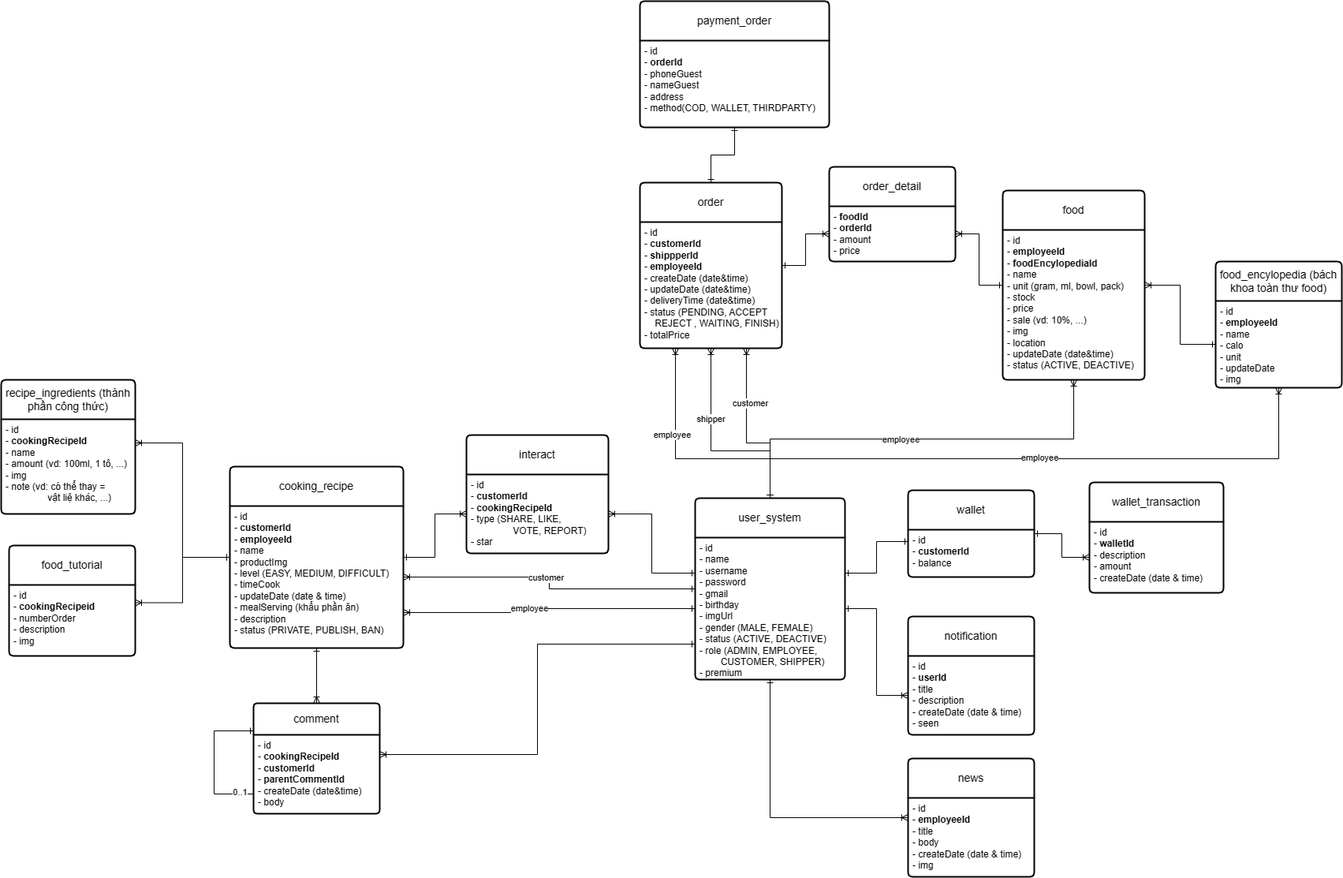
Above: Documents/energy_handbook-database.drawio.png in BlueEyesssss/energy-handbook (draw.io), before the change. Source tidied: cells renumbered, new cells last; positions are measured from the earlier drawing's top-left corner, leaving out a move shared by most shapes.
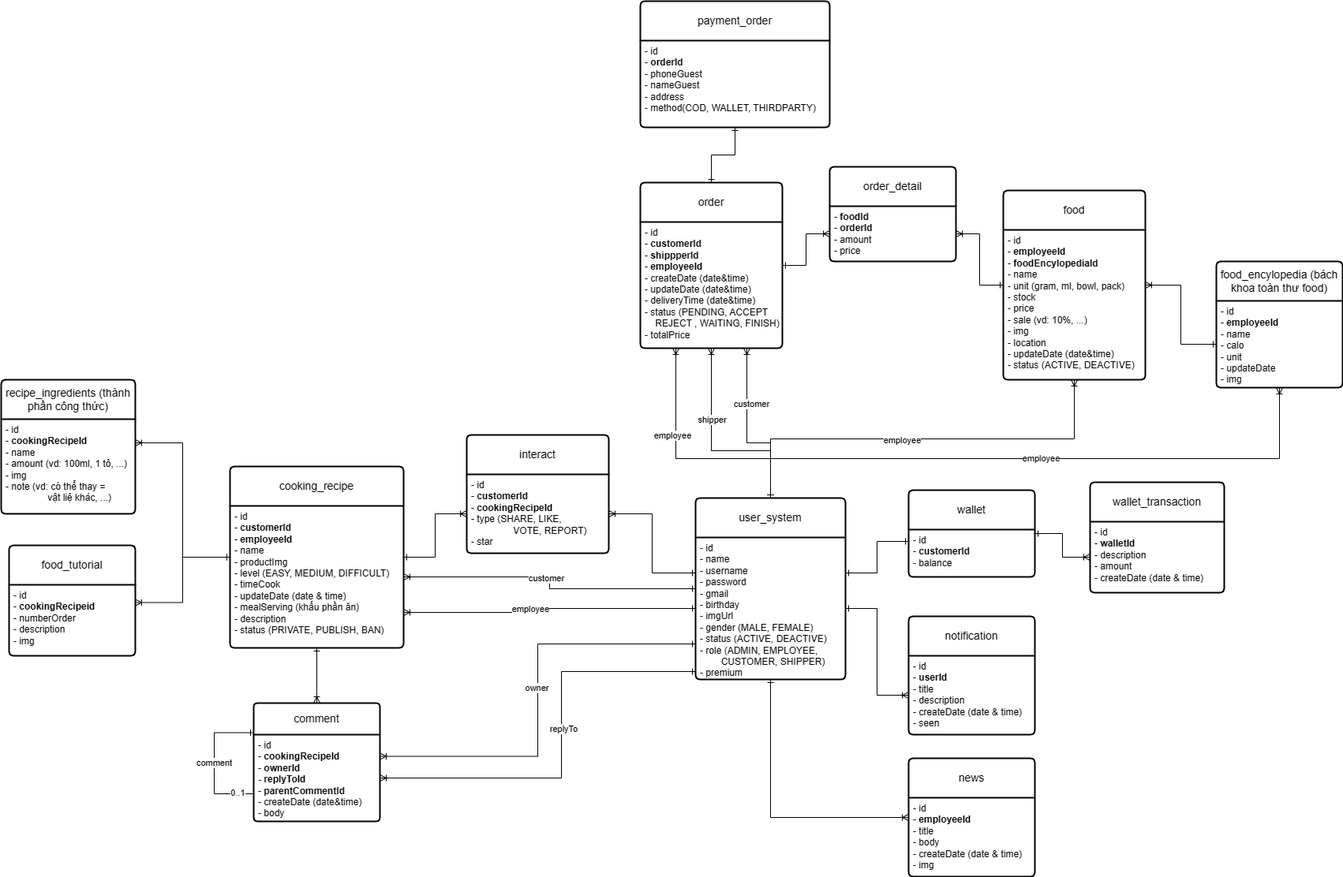
After the commit.

What changed in the source:
```diff
@@ -69,6 +69,17 @@
     <mxCell id="14" value="employee" style="edgeLabel;html=1;align=center;verticalAlign=middle;" parent="13" vertex="1">
       <mxGeometry y="1" relative="1" as="geometry" />
     </mxCell>
+    <mxCell id="62" style="edgeStyle=orthogonalEdgeStyle;rounded=0;jettySize=auto;html=1;entryX=1;entryY=0.5;entryDx=0;entryDy=0;startArrow=ERone;startFill=0;endArrow=ERoneToMany;endFill=0;" parent="1" edge="1" source="15" target="48">
+      <mxGeometry relative="1" as="geometry">
+        <Array as="points">
+          <mxPoint x="710" y="850" />
+          <mxPoint x="710" y="985" />
+        </Array>
+      </mxGeometry>
+    </mxCell>
+    <mxCell id="63" value="replyTo" style="edgeLabel;html=1;align=center;verticalAlign=middle;" parent="62" vertex="1">
+      <mxGeometry x="-0.1" y="2" relative="1" as="geometry" />
+    </mxCell>
     <mxCell id="15" value="user_system" style="swimlane;horizontal=1;startSize=50;rounded=1;fontSize=14;fontStyle=0;strokeWidth=2;shadow=0;dashed=0;align=center;arcSize=4;whiteSpace=wrap;html=1;" parent="1" vertex="1">
       <mxGeometry x="880" y="630" width="190" height="230" as="geometry" />
     </mxCell>
@@ -166,28 +177,37 @@
       <mxGeometry y="50" width="180" height="100" as="geometry" />
     </mxCell>
     <mxCell id="47" value="comment" style="swimlane;horizontal=1;startSize=40;rounded=1;fontSize=14;fontStyle=0;strokeWidth=2;shadow=0;dashed=0;align=center;arcSize=4;whiteSpace=wrap;html=1;" parent="1" vertex="1">
-      <mxGeometry x="320" y="890" width="160" height="140" as="geometry" />
+      <mxGeometry x="320" y="890" width="160" height="150" as="geometry" />
     </mxCell>
-    <mxCell id="48" value="- id&lt;div&gt;- &lt;b&gt;cookingRecipeId&lt;/b&gt;&lt;/div&gt;&lt;div&gt;- &lt;b&gt;customerId&lt;/b&gt;&lt;/div&gt;&lt;div&gt;-&amp;nbsp;&lt;b&gt;parentCommentId&lt;/b&gt;&lt;b&gt;&lt;br&gt;&lt;/b&gt;&lt;/div&gt;&lt;div&gt;- createDate (date&amp;amp;time)&lt;/div&gt;&lt;div&gt;- body&lt;/div&gt;" style="align=left;strokeColor=none;fillColor=none;spacingLeft=4;fontSize=12;verticalAlign=top;html=1;" parent="47" vertex="1">
-      <mxGeometry y="40" width="160" height="100" as="geometry" />
+    <mxCell id="48" value="- id&lt;div&gt;- &lt;b&gt;cookingRecipeId&lt;/b&gt;&lt;/div&gt;&lt;div&gt;- &lt;b&gt;ownerId&lt;/b&gt;&lt;/div&gt;&lt;div&gt;&lt;b&gt;- replyToId&lt;/b&gt;&lt;/div&gt;&lt;div&gt;-&amp;nbsp;&lt;b&gt;parentCommentId&lt;/b&gt;&lt;b&gt;&lt;br&gt;&lt;/b&gt;&lt;/div&gt;&lt;div&gt;- createDate (date&amp;amp;time)&lt;/div&gt;&lt;div&gt;- body&lt;/div&gt;" style="align=left;strokeColor=none;fillColor=none;spacingLeft=4;fontSize=12;verticalAlign=top;html=1;" parent="47" vertex="1">
+      <mxGeometry y="40" width="160" height="110" as="geometry" />
     </mxCell>
     <mxCell id="49" style="edgeStyle=orthogonalEdgeStyle;rounded=0;jettySize=auto;html=1;entryX=0;entryY=0.25;entryDx=0;entryDy=0;endArrow=ERone;endFill=0;exitX=0;exitY=0.75;exitDx=0;exitDy=0;" parent="47" edge="1" source="48" target="47">
       <mxGeometry relative="1" as="geometry">
         <Array as="points">
+          <mxPoint y="115" />
           <mxPoint x="-50" y="115" />
-          <mxPoint x="-50" y="35" />
+          <mxPoint x="-50" y="37" />
         </Array>
       </mxGeometry>
     </mxCell>
     <mxCell id="50" value="0..1" style="edgeLabel;html=1;align=center;verticalAlign=middle;" parent="49" vertex="1">
-      <mxGeometry x="-0.81" y="-2" relative="1" as="geometry" />
+      <mxGeometry x="-0.81" y="-2" relative="1" as="geometry">
+        <mxPoint x="-10" as="offset" />
+      </mxGeometry>
     </mxCell>
+    <mxCell id="64" value="comment" style="edgeLabel;html=1;align=center;verticalAlign=middle;" parent="49" vertex="1">
+      <mxGeometry x="0.05" y="1" relative="1" as="geometry" />
+    </mxCell>
     <mxCell id="51" style="edgeStyle=orthogonalEdgeStyle;rounded=0;jettySize=auto;html=1;entryX=0.5;entryY=0;entryDx=0;entryDy=0;startArrow=ERone;startFill=0;endArrow=ERoneToMany;endFill=0;" parent="1" edge="1" source="25" target="47">
       <mxGeometry relative="1" as="geometry" />
     </mxCell>
     <mxCell id="52" style="edgeStyle=orthogonalEdgeStyle;rounded=0;jettySize=auto;html=1;entryX=1;entryY=0.25;entryDx=0;entryDy=0;endArrow=ERoneToMany;endFill=0;startArrow=ERone;startFill=0;exitX=0;exitY=0.75;exitDx=0;exitDy=0;" parent="1" edge="1" source="16" target="48">
       <mxGeometry relative="1" as="geometry" />
     </mxCell>
+    <mxCell id="65" value="owner" style="edgeLabel;html=1;align=center;verticalAlign=middle;" parent="52" vertex="1">
+      <mxGeometry x="-0.06" y="-2" relative="1" as="geometry" />
+    </mxCell>
     <mxCell id="53" value="order_detail" style="swimlane;horizontal=1;startSize=50;rounded=1;fontSize=14;fontStyle=0;strokeWidth=2;shadow=0;dashed=0;align=center;arcSize=4;whiteSpace=wrap;html=1;" parent="1" vertex="1">
       <mxGeometry x="1050" y="210" width="160" height="120" as="geometry" />
     </mxCell>
```
